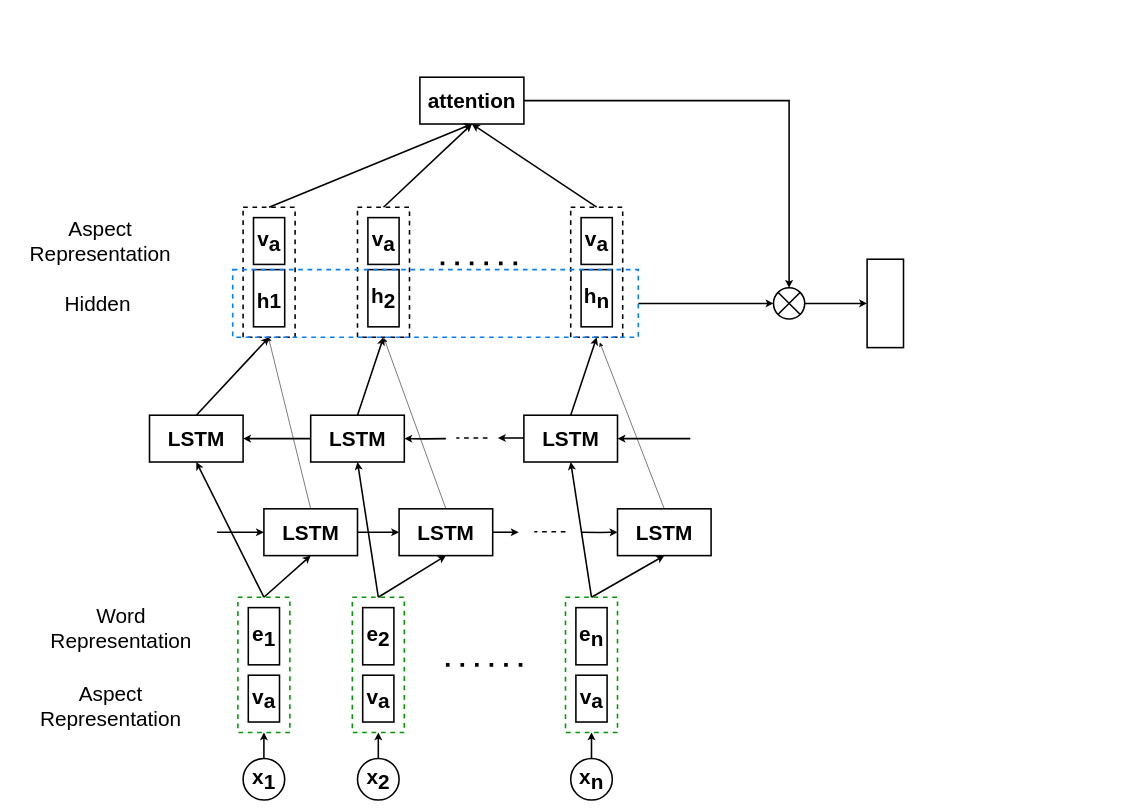
Before: Untitled Diagram.drawio in LittleArden/PyTorch, a draw.io diagram. Source tidied: cells renumbered, new cells numbered last; positions are measured from the earlier drawing's top-left corner, leaving out a move shared by most shapes. Both pictures are drawn from the tidied source at 52%, with x=0, y=0 at pixel (24, 77).
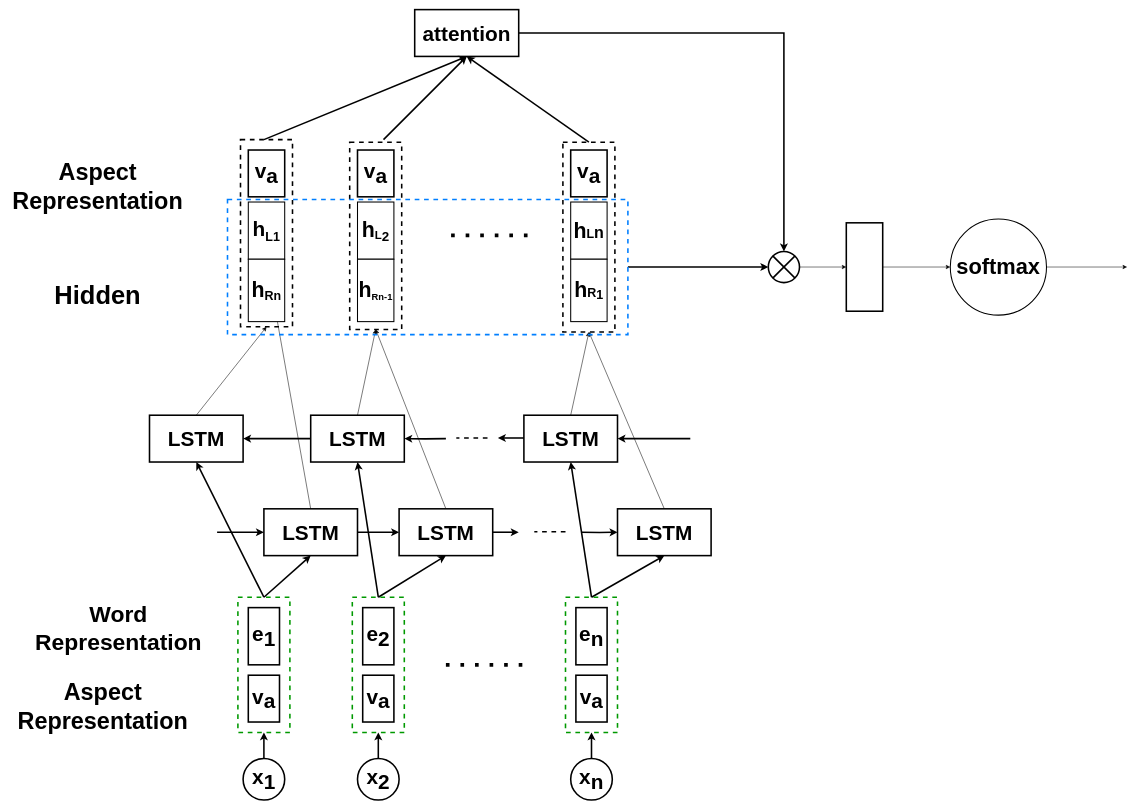
The same diagram, later.

The change refers to these unchanged cells:
```xml
<mxCell id="16" value="LSTM" style="rounded=0;whiteSpace=wrap;html=1;fontSize=40;fontStyle=1;strokeWidth=3;" parent="1" vertex="1">
  <mxGeometry x="460" y="830" width="180" height="90" as="geometry" />
</mxCell>
<mxCell id="19" value="LSTM" style="rounded=0;whiteSpace=wrap;html=1;fontSize=40;fontStyle=1;strokeWidth=3;" parent="1" vertex="1">
  <mxGeometry x="720" y="830" width="180" height="90" as="geometry" />
</mxCell>
<mxCell id="21" value="LSTM" style="rounded=0;whiteSpace=wrap;html=1;fontSize=40;fontStyle=1;strokeWidth=3;" parent="1" vertex="1">
  <mxGeometry x="1140" y="830" width="180" height="90" as="geometry" />
</mxCell>
<mxCell id="23" value="LSTM" style="rounded=0;whiteSpace=wrap;html=1;fontSize=40;fontStyle=1;strokeWidth=3;" parent="1" vertex="1">
  <mxGeometry x="240" y="650" width="180" height="90" as="geometry" />
</mxCell>
<mxCell id="26" value="LSTM" style="rounded=0;whiteSpace=wrap;html=1;fontSize=40;fontStyle=1;strokeWidth=3;" parent="1" vertex="1">
  <mxGeometry x="550" y="650" width="180" height="90" as="geometry" />
</mxCell>
<mxCell id="29" value="LSTM" style="rounded=0;whiteSpace=wrap;html=1;fontSize=40;fontStyle=1;strokeWidth=3;" parent="1" vertex="1">
  <mxGeometry x="960" y="650" width="180" height="90" as="geometry" />
</mxCell>
```

Change to the diagram source:
```diff
@@
-    <mxCell id="15" style="rounded=0;jettySize=auto;html=1;exitX=0.5;exitY=0;exitDx=0;exitDy=0;entryX=0.088;entryY=0.999;entryDx=0;entryDy=0;entryPerimeter=0;" parent="1" edge="1" source="16" target="59">
-      <mxGeometry relative="1" as="geometry" />
-    </mxCell>
+    <mxCell id="70" style="edgeStyle=none;rounded=0;jettySize=auto;html=1;exitX=0.5;exitY=0;exitDx=0;exitDy=0;" parent="1" edge="1" source="16">
+      <mxGeometry relative="1" as="geometry">
+        <mxPoint x="470" y="380" as="targetPoint" />
+      </mxGeometry>
+    </mxCell>
@@
-    <mxCell id="18" style="rounded=0;jettySize=auto;html=1;exitX=0.5;exitY=0;exitDx=0;exitDy=0;entryX=0.373;entryY=1.014;entryDx=0;entryDy=0;entryPerimeter=0;" parent="1" edge="1" source="19" target="59">
-      <mxGeometry relative="1" as="geometry" />
-    </mxCell>
+    <mxCell id="71" style="edgeStyle=none;rounded=0;jettySize=auto;html=1;exitX=0.5;exitY=0;exitDx=0;exitDy=0;entryX=0.5;entryY=1;entryDx=0;entryDy=0;" parent="1" edge="1" source="19" target="80">
+      <mxGeometry relative="1" as="geometry" />
+    </mxCell>
@@
-    <mxCell id="20" style="rounded=0;jettySize=auto;html=1;exitX=0.5;exitY=0;exitDx=0;exitDy=0;entryX=0.905;entryY=1.076;entryDx=0;entryDy=0;entryPerimeter=0;" parent="1" edge="1" source="21" target="59">
-      <mxGeometry relative="1" as="geometry" />
-    </mxCell>
+    <mxCell id="72" style="edgeStyle=none;rounded=0;jettySize=auto;html=1;exitX=0.5;exitY=0;exitDx=0;exitDy=0;entryX=0.5;entryY=1;entryDx=0;entryDy=0;" parent="1" edge="1" source="21" target="57">
+      <mxGeometry relative="1" as="geometry" />
+    </mxCell>
@@
-    <mxCell id="22" style="edgeStyle=none;rounded=0;jettySize=auto;html=1;exitX=0.5;exitY=0;exitDx=0;exitDy=0;entryX=0.5;entryY=1;entryDx=0;entryDy=0;fontSize=40;strokeWidth=3;" parent="1" edge="1" source="23" target="53">
+    <mxCell id="22" style="edgeStyle=none;rounded=0;jettySize=auto;html=1;exitX=0.5;exitY=0;exitDx=0;exitDy=0;entryX=0.5;entryY=1;entryDx=0;entryDy=0;" parent="1" edge="1" source="23" target="53">
       <mxGeometry relative="1" as="geometry" />
     </mxCell>
@@
-    <mxCell id="25" style="edgeStyle=none;rounded=0;jettySize=auto;html=1;exitX=0.5;exitY=0;exitDx=0;exitDy=0;entryX=0.5;entryY=1;entryDx=0;entryDy=0;fontSize=40;strokeWidth=3;" parent="1" edge="1" source="26" target="55">
-      <mxGeometry relative="1" as="geometry" />
-    </mxCell>
+    <mxCell id="73" style="edgeStyle=none;rounded=0;jettySize=auto;html=1;exitX=0.5;exitY=0;exitDx=0;exitDy=0;entryX=0.5;entryY=1;entryDx=0;entryDy=0;" parent="1" edge="1" source="26" target="80">
+      <mxGeometry relative="1" as="geometry" />
+    </mxCell>
@@
-    <mxCell id="28" style="edgeStyle=none;rounded=0;jettySize=auto;html=1;exitX=0.5;exitY=0;exitDx=0;exitDy=0;entryX=0.5;entryY=1;entryDx=0;entryDy=0;fontSize=40;strokeWidth=3;" parent="1" edge="1" source="29" target="57">
+    <mxCell id="28" style="edgeStyle=none;rounded=0;jettySize=auto;html=1;exitX=0.5;exitY=0;exitDx=0;exitDy=0;entryX=0.5;entryY=1;entryDx=0;entryDy=0;" parent="1" edge="1" source="29" target="57">
       <mxGeometry relative="1" as="geometry" />
     </mxCell>
@@
     <mxCell id="30" value="v&lt;sub style=&quot;font-size: 40px;&quot;&gt;a&lt;/sub&gt;" style="rounded=0;whiteSpace=wrap;html=1;fontSize=40;rotation=0;fontStyle=1;strokeWidth=3;" parent="1" vertex="1">
-      <mxGeometry x="440" y="270" width="60" height="90" as="geometry" />
+      <mxGeometry x="430" y="140" width="70" height="90" as="geometry" />
     </mxCell>
     <mxCell id="31" value="v&lt;sub style=&quot;font-size: 40px;&quot;&gt;a&lt;/sub&gt;" style="rounded=0;whiteSpace=wrap;html=1;fontSize=40;rotation=0;fontStyle=1;strokeWidth=3;" parent="1" vertex="1">
-      <mxGeometry x="1070" y="270" width="60" height="90" as="geometry" />
+      <mxGeometry x="1050" y="140" width="70" height="90" as="geometry" />
     </mxCell>
     <mxCell id="32" value="v&lt;sub style=&quot;font-size: 40px;&quot;&gt;a&lt;/sub&gt;" style="rounded=0;whiteSpace=wrap;html=1;fontSize=40;rotation=0;fontStyle=1;strokeWidth=3;" parent="1" vertex="1">
-      <mxGeometry x="660" y="270" width="60" height="90" as="geometry" />
+      <mxGeometry x="640" y="140" width="70" height="90" as="geometry" />
     </mxCell>
-    <mxCell id="33" value="h&lt;sub style=&quot;font-size: 40px;&quot;&gt;2&lt;/sub&gt;" style="rounded=0;whiteSpace=wrap;html=1;fontSize=40;fontStyle=1;strokeWidth=3;" parent="1" vertex="1">
-      <mxGeometry x="660" y="370" width="60" height="110" as="geometry" />
-    </mxCell>
-    <mxCell id="34" value="&lt;sub style=&quot;font-size: 40px;&quot;&gt;&lt;span style=&quot;font-size: 40px;&quot;&gt;h&lt;/span&gt;1&lt;/sub&gt;" style="rounded=0;whiteSpace=wrap;html=1;fontSize=40;fontStyle=1;strokeWidth=3;" parent="1" vertex="1">
-      <mxGeometry x="440" y="370" width="60" height="110" as="geometry" />
+    <mxCell id="34" value="h&lt;sub&gt;&lt;font style=&quot;font-size: 24px&quot;&gt;L1&lt;/font&gt;&lt;/sub&gt;" style="rounded=0;whiteSpace=wrap;html=1;fontSize=40;fontStyle=1;strokeWidth=2;" parent="1" vertex="1">
+      <mxGeometry x="430" y="240" width="70" height="110" as="geometry" />
     </mxCell>
-    <mxCell id="35" value="h&lt;sub style=&quot;font-size: 40px;&quot;&gt;n&lt;/sub&gt;" style="rounded=0;whiteSpace=wrap;html=1;fontSize=40;fontStyle=1;strokeWidth=3;" parent="1" vertex="1">
-      <mxGeometry x="1070" y="370" width="60" height="110" as="geometry" />
-    </mxCell>
@@
     <mxCell id="37" value="&lt;font style=&quot;font-size: 40px;&quot;&gt;attention&lt;/font&gt;" style="rounded=0;whiteSpace=wrap;html=1;fontSize=40;fontStyle=1;strokeWidth=3;" parent="1" vertex="1">
-      <mxGeometry x="760" width="200" height="90" as="geometry" />
+      <mxGeometry x="750" y="-130" width="200" height="90" as="geometry" />
     </mxCell>
-    <mxCell id="38" style="edgeStyle=none;rounded=0;jettySize=auto;html=1;exitX=1;exitY=0.5;exitDx=0;exitDy=0;exitPerimeter=0;fontSize=40;strokeWidth=3;" parent="1" edge="1" source="39" target="40">
+    <mxCell id="38" style="edgeStyle=none;rounded=0;jettySize=auto;html=1;exitX=1;exitY=0.5;exitDx=0;exitDy=0;exitPerimeter=0;entryX=0;entryY=0.5;entryDx=0;entryDy=0;" parent="1" edge="1" source="39" target="40">
       <mxGeometry relative="1" as="geometry" />
     </mxCell>
     <mxCell id="39" style="verticalLabelPosition=bottom;verticalAlign=top;html=1;shape=mxgraph.flowchart.or;fontSize=40;strokeWidth=3;" parent="1" vertex="1">
-      <mxGeometry x="1440" y="405" width="60" height="60" as="geometry" />
+      <mxGeometry x="1430" y="335" width="60" height="60" as="geometry" />
     </mxCell>
+    <mxCell id="74" style="edgeStyle=none;rounded=0;jettySize=auto;html=1;exitX=1;exitY=0.5;exitDx=0;exitDy=0;entryX=0;entryY=0.5;entryDx=0;entryDy=0;" parent="1" edge="1" source="40" target="83">
+      <mxGeometry relative="1" as="geometry" />
+    </mxCell>
     <mxCell id="40" style="rounded=0;whiteSpace=wrap;html=1;fontSize=40;strokeWidth=3;" parent="1" vertex="1">
-      <mxGeometry x="1620" y="350" width="70" height="170" as="geometry" />
+      <mxGeometry x="1580" y="280" width="70" height="170" as="geometry" />
     </mxCell>
@@
-    <mxCell id="52" style="edgeStyle=none;rounded=0;jettySize=auto;html=1;exitX=0.5;exitY=0;exitDx=0;exitDy=0;entryX=0.5;entryY=1;entryDx=0;entryDy=0;fontSize=40;strokeWidth=3;" parent="1" edge="1" source="53" target="37">
-      <mxGeometry relative="1" as="geometry" />
+    <mxCell id="52" style="edgeStyle=none;rounded=0;jettySize=auto;html=1;exitX=0.5;exitY=0;exitDx=0;exitDy=0;entryX=0.5;entryY=1;entryDx=0;entryDy=0;fontSize=40;strokeWidth=3;" parent="1" edge="1" target="37">
+      <mxGeometry relative="1" as="geometry">
+        <mxPoint x="460" y="120" as="sourcePoint" />
+      </mxGeometry>
     </mxCell>
     <mxCell id="53" style="rounded=0;whiteSpace=wrap;html=1;dashed=1;fontSize=40;strokeWidth=3;fillColor=none;" parent="1" vertex="1">
-      <mxGeometry x="420" y="250" width="100" height="250" as="geometry" />
+      <mxGeometry x="415" y="120" width="100" height="360" as="geometry" />
     </mxCell>
-    <mxCell id="54" style="edgeStyle=none;rounded=0;jettySize=auto;html=1;exitX=0.5;exitY=0;exitDx=0;exitDy=0;fontSize=40;strokeWidth=3;" parent="1" edge="1" source="55">
+    <mxCell id="54" style="edgeStyle=none;rounded=0;orthogonalLoop=1;jettySize=auto;html=1;fontSize=40;strokeWidth=3;" parent="1" edge="1">
       <mxGeometry relative="1" as="geometry">
-        <mxPoint x="860" y="90" as="targetPoint" />
+        <mxPoint x="690" y="120" as="sourcePoint" />
+        <mxPoint x="850" y="-40" as="targetPoint" />
       </mxGeometry>
     </mxCell>
-    <mxCell id="55" style="rounded=0;whiteSpace=wrap;html=1;dashed=1;fontSize=40;strokeWidth=3;fillColor=none;" parent="1" vertex="1">
-      <mxGeometry x="640" y="250" width="100" height="250" as="geometry" />
-    </mxCell>
-    <mxCell id="56" style="edgeStyle=none;rounded=0;jettySize=auto;html=1;exitX=0.5;exitY=0;exitDx=0;exitDy=0;fontSize=40;strokeWidth=3;" parent="1" edge="1" source="57">
+    <mxCell id="56" style="edgeStyle=none;rounded=0;jettySize=auto;html=1;fontSize=40;strokeWidth=3;exitX=0.5;exitY=0;exitDx=0;exitDy=0;" parent="1" edge="1" source="57">
       <mxGeometry relative="1" as="geometry">
-        <mxPoint x="860" y="90" as="targetPoint" />
+        <mxPoint x="850" y="-40" as="targetPoint" />
       </mxGeometry>
     </mxCell>
     <mxCell id="57" style="rounded=0;whiteSpace=wrap;html=1;dashed=1;fontSize=40;strokeWidth=3;fillColor=none;" parent="1" vertex="1">
-      <mxGeometry x="1050" y="250" width="100" height="250" as="geometry" />
+      <mxGeometry x="1035" y="125" width="100" height="365" as="geometry" />
     </mxCell>
-    <mxCell id="58" style="edgeStyle=orthogonalEdgeStyle;rounded=0;jettySize=auto;html=1;exitX=1;exitY=0.5;exitDx=0;exitDy=0;entryX=0;entryY=0.5;entryDx=0;entryDy=0;entryPerimeter=0;fontSize=40;strokeWidth=3;" parent="1" edge="1" source="59" target="39">
-      <mxGeometry relative="1" as="geometry" />
+    <mxCell id="58" style="edgeStyle=orthogonalEdgeStyle;rounded=0;jettySize=auto;html=1;exitX=1;exitY=0.5;exitDx=0;exitDy=0;entryX=0;entryY=0.5;entryDx=0;entryDy=0;entryPerimeter=0;fontSize=40;strokeWidth=3;" parent="1" edge="1" source="81" target="39">
+      <mxGeometry relative="1" as="geometry">
+        <Array as="points">
+          <mxPoint x="1430" y="365" />
+        </Array>
+      </mxGeometry>
     </mxCell>
-    <mxCell id="59" style="rounded=0;whiteSpace=wrap;html=1;dashed=1;fontSize=40;strokeWidth=3;fillColor=none;strokeColor=#007FFF;" parent="1" vertex="1">
-      <mxGeometry x="400" y="370" width="780" height="130" as="geometry" />
-    </mxCell>
@@
     <mxCell id="65" style="endArrow=none;dashed=1;html=1;dashPattern=1 3;strokeWidth=7;fontSize=40;" parent="1" edge="1">
       <mxGeometry relative="1" as="geometry">
-        <mxPoint x="800" y="358" as="sourcePoint" />
-        <mxPoint x="960" y="358" as="targetPoint" />
+        <mxPoint x="820" y="304.2" as="sourcePoint" />
+        <mxPoint x="980" y="304.2" as="targetPoint" />
       </mxGeometry>
     </mxCell>
-    <mxCell id="66" value="Hidden" style="text;html=1;align=center;verticalAlign=middle;strokeColor=none;fontSize=40;" parent="1" vertex="1">
-      <mxGeometry x="70" y="410" width="140" height="50" as="geometry" />
+    <mxCell id="66" value="&lt;font style=&quot;font-size: 49px&quot;&gt;&lt;b&gt;Hidden&lt;/b&gt;&lt;/font&gt;" style="text;html=1;align=center;verticalAlign=middle;strokeColor=none;fontSize=40;" parent="1" vertex="1">
+      <mxGeometry x="50" y="390" width="180" height="60" as="geometry" />
     </mxCell>
-    <mxCell id="67" value="Aspect&lt;br&gt;Representation" style="text;html=1;align=center;verticalAlign=middle;strokeColor=none;fontSize=40;" parent="1" vertex="1">
-      <mxGeometry y="265" width="290" height="100" as="geometry" />
+    <mxCell id="67" value="&lt;font style=&quot;font-size: 45px&quot;&gt;&lt;b&gt;Aspect&lt;br&gt;Representation&lt;/b&gt;&lt;/font&gt;" style="text;html=1;align=center;verticalAlign=middle;strokeColor=none;fontSize=40;" parent="1" vertex="1">
+      <mxGeometry x="-30" y="160" width="340" height="100" as="geometry" />
     </mxCell>
-    <mxCell id="68" value="Aspect&lt;br&gt;Representation" style="text;html=1;align=center;verticalAlign=middle;strokeColor=none;fontSize=40;" parent="1" vertex="1">
-      <mxGeometry x="20" y="1160" width="290" height="100" as="geometry" />
+    <mxCell id="68" value="&lt;b style=&quot;font-size: 45px&quot;&gt;Aspect&lt;br&gt;Representation&lt;/b&gt;" style="text;html=1;align=center;verticalAlign=middle;strokeColor=none;fontSize=40;" parent="1" vertex="1">
+      <mxGeometry x="-20" y="1160" width="340" height="100" as="geometry" />
     </mxCell>
-    <mxCell id="69" value="Word&lt;br&gt;Representation" style="text;html=1;align=center;verticalAlign=middle;strokeColor=none;fontSize=40;" parent="1" vertex="1">
-      <mxGeometry x="40" y="1010" width="290" height="100" as="geometry" />
+    <mxCell id="69" value="&lt;b style=&quot;font-size: 44px&quot;&gt;Word&lt;br&gt;Representation&lt;/b&gt;" style="text;html=1;align=center;verticalAlign=middle;strokeColor=none;fontSize=40;" parent="1" vertex="1">
+      <mxGeometry x="10" y="1010" width="340" height="100" as="geometry" />
     </mxCell>
+    <mxCell id="75" value="&lt;font&gt;&lt;span style=&quot;font-size: 24px&quot;&gt;&lt;span style=&quot;font-size: 41px&quot;&gt;h&lt;/span&gt;&lt;sub&gt;&lt;font style=&quot;font-size: 24px&quot;&gt;R&lt;/font&gt;&lt;font style=&quot;font-size: 24px&quot;&gt;n&lt;/font&gt;&lt;/sub&gt;&lt;/span&gt;&lt;/font&gt;" style="rounded=0;whiteSpace=wrap;html=1;strokeWidth=2;fontStyle=1;" parent="1" vertex="1">
+      <mxGeometry x="430" y="350" width="70" height="120" as="geometry" />
+    </mxCell>
+    <mxCell id="76" value="&lt;font&gt;&lt;span&gt;&lt;span style=&quot;font-size: 41px&quot;&gt;h&lt;/span&gt;&lt;sub&gt;&lt;font style=&quot;font-size: 22px&quot;&gt;L&lt;/font&gt;&lt;/sub&gt;&lt;span style=&quot;font-size: 30.8333px&quot;&gt;&lt;sub&gt;2&lt;/sub&gt;&lt;/span&gt;&lt;/span&gt;&lt;/font&gt;" style="rounded=0;whiteSpace=wrap;html=1;strokeWidth=2;fontStyle=1;" parent="1" vertex="1">
+      <mxGeometry x="640" y="240" width="70" height="110" as="geometry" />
+    </mxCell>
+    <mxCell id="77" value="&lt;font&gt;&lt;span&gt;&lt;span style=&quot;font-size: 41px&quot;&gt;h&lt;/span&gt;&lt;font style=&quot;font-size: 24px&quot;&gt;L&lt;/font&gt;&lt;span style=&quot;font-size: 30.8333px&quot;&gt;n&lt;/span&gt;&lt;/span&gt;&lt;/font&gt;" style="rounded=0;whiteSpace=wrap;html=1;strokeWidth=2;fontStyle=1;" parent="1" vertex="1">
+      <mxGeometry x="1050" y="240" width="70" height="110" as="geometry" />
+    </mxCell>
+    <mxCell id="78" value="&lt;font&gt;&lt;span&gt;&lt;span style=&quot;font-size: 41px&quot;&gt;h&lt;/span&gt;&lt;font style=&quot;font-size: 24px&quot;&gt;R&lt;/font&gt;&lt;sub&gt;&lt;font style=&quot;font-size: 24px&quot;&gt;1&lt;/font&gt;&lt;/sub&gt;&lt;/span&gt;&lt;/font&gt;" style="rounded=0;whiteSpace=wrap;html=1;strokeWidth=2;fontStyle=1;" parent="1" vertex="1">
+      <mxGeometry x="1050" y="350" width="70" height="120" as="geometry" />
+    </mxCell>
+    <mxCell id="79" value="&lt;font&gt;&lt;span style=&quot;font-size: 18px&quot;&gt;&lt;span style=&quot;font-size: 41px&quot;&gt;h&lt;/span&gt;&lt;sub&gt;&lt;font style=&quot;font-size: 18px&quot;&gt;R&lt;/font&gt;&lt;font style=&quot;font-size: 18px&quot;&gt;n-1&lt;/font&gt;&lt;/sub&gt;&lt;/span&gt;&lt;/font&gt;" style="rounded=0;whiteSpace=wrap;html=1;strokeWidth=2;fontStyle=1;" parent="1" vertex="1">
+      <mxGeometry x="640" y="350" width="70" height="120" as="geometry" />
+    </mxCell>
+    <mxCell id="80" style="rounded=0;whiteSpace=wrap;html=1;dashed=1;fontSize=40;strokeWidth=3;fillColor=none;" parent="1" vertex="1">
+      <mxGeometry x="625" y="125" width="100" height="360" as="geometry" />
+    </mxCell>
+    <mxCell id="81" style="rounded=0;whiteSpace=wrap;html=1;dashed=1;fontSize=40;strokeWidth=3;fillColor=none;strokeColor=#007FFF;" parent="1" vertex="1">
+      <mxGeometry x="390" y="235" width="770" height="260" as="geometry" />
+    </mxCell>
+    <mxCell id="82" style="edgeStyle=none;rounded=0;jettySize=auto;html=1;exitX=1;exitY=0.5;exitDx=0;exitDy=0;" parent="1" edge="1" source="83">
+      <mxGeometry relative="1" as="geometry">
+        <mxPoint x="2120" y="365" as="targetPoint" />
+      </mxGeometry>
+    </mxCell>
+    <mxCell id="83" value="&lt;font style=&quot;font-size: 42px&quot;&gt;&lt;b&gt;softmax&lt;/b&gt;&lt;/font&gt;" style="ellipse;whiteSpace=wrap;html=1;strokeWidth=2;fillColor=none;" parent="1" vertex="1">
+      <mxGeometry x="1780" y="272.5" width="185" height="185" as="geometry" />
+    </mxCell>
```
